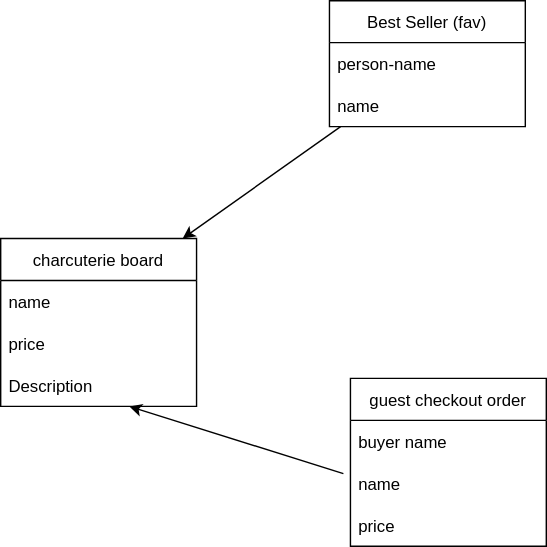
The draw.io diagram conection tables.drawio.svg in johntran1203/board, before a commit. Source tidied: cells renumbered, new cells last; positions are measured from the earlier drawing's top-left corner, leaving out a move shared by most shapes. The source it was exported from:
```xml
<mxGraphModel>
  <root>
    <mxCell id="0" />
    <mxCell id="1" parent="0" />
    <mxCell id="2" value="charcuterie board" style="swimlane;fontStyle=0;horizontal=1;startSize=30;fontColor=default;strokeColor=default;fillColor=default;" parent="1" vertex="1">
      <mxGeometry y="170" width="140" height="120" as="geometry" />
    </mxCell>
    <mxCell id="3" value="name" style="text;strokeColor=none;fillColor=none;align=left;verticalAlign=middle;spacingLeft=4;spacingRight=4;overflow=hidden;fontColor=default;" parent="2" vertex="1">
      <mxGeometry y="30" width="140" height="30" as="geometry" />
    </mxCell>
    <mxCell id="4" value="price" style="text;strokeColor=none;fillColor=none;align=left;verticalAlign=middle;spacingLeft=4;spacingRight=4;overflow=hidden;points=[[0,0.5],[1,0.5]];portConstraint=eastwest;fontColor=default;" parent="2" vertex="1">
      <mxGeometry y="60" width="140" height="30" as="geometry" />
    </mxCell>
    <mxCell id="5" value="Description" style="text;strokeColor=none;fillColor=none;align=left;verticalAlign=middle;spacingLeft=4;spacingRight=4;overflow=hidden;points=[[0,0.5],[1,0.5]];portConstraint=eastwest;fontColor=default;" parent="2" vertex="1">
      <mxGeometry y="90" width="140" height="30" as="geometry" />
    </mxCell>
    <mxCell id="6" value="Best Seller (fav)" style="swimlane;fontStyle=0;horizontal=1;startSize=30;fontColor=default;strokeColor=default;fillColor=default;" parent="1" vertex="1">
      <mxGeometry x="235" width="140" height="90" as="geometry" />
    </mxCell>
    <mxCell id="7" value="person-name" style="text;strokeColor=none;fillColor=none;align=left;verticalAlign=middle;spacingLeft=4;spacingRight=4;overflow=hidden;fontColor=default;" parent="6" vertex="1">
      <mxGeometry y="30" width="140" height="30" as="geometry" />
    </mxCell>
    <mxCell id="8" value="name" style="text;strokeColor=none;fillColor=none;align=left;verticalAlign=middle;spacingLeft=4;spacingRight=4;overflow=hidden;points=[[0,0.5],[1,0.5]];portConstraint=eastwest;fontColor=default;" parent="6" vertex="1">
      <mxGeometry y="60" width="140" height="30" as="geometry" />
    </mxCell>
    <mxCell id="9" value="guest checkout order" style="swimlane;fontStyle=0;horizontal=1;startSize=30;fontColor=default;strokeColor=default;fillColor=default;" parent="1" vertex="1">
      <mxGeometry x="250" y="270" width="140" height="120" as="geometry" />
    </mxCell>
    <mxCell id="10" value="buyer name" style="text;strokeColor=none;fillColor=none;align=left;verticalAlign=middle;spacingLeft=4;spacingRight=4;overflow=hidden;points=[[0,0.5],[1,0.5]];portConstraint=eastwest;fontColor=default;" parent="9" vertex="1">
      <mxGeometry y="30" width="140" height="30" as="geometry" />
    </mxCell>
    <mxCell id="11" value="name" style="text;strokeColor=none;fillColor=none;align=left;verticalAlign=middle;spacingLeft=4;spacingRight=4;overflow=hidden;points=[[0,0.5],[1,0.5]];portConstraint=eastwest;fontColor=default;" parent="9" vertex="1">
      <mxGeometry y="60" width="140" height="30" as="geometry" />
    </mxCell>
    <mxCell id="12" value="price" style="text;strokeColor=none;fillColor=none;align=left;verticalAlign=middle;spacingLeft=4;spacingRight=4;overflow=hidden;fontColor=default;" parent="9" vertex="1">
      <mxGeometry y="90" width="140" height="30" as="geometry" />
    </mxCell>
    <mxCell id="13" style="endArrow=classic;html=1;rounded=0;labelBackgroundColor=default;fontColor=default;strokeColor=default;entryX=0.929;entryY=0;entryDx=0;entryDy=0;entryPerimeter=0;exitX=0.057;exitY=1;exitDx=0;exitDy=0;exitPerimeter=0;" parent="1" edge="1" source="8" target="2">
      <mxGeometry relative="1" as="geometry" />
    </mxCell>
    <mxCell id="14" style="endArrow=classic;html=1;rounded=0;labelBackgroundColor=default;fontColor=default;strokeColor=default;exitX=-0.036;exitY=0.267;exitDx=0;exitDy=0;exitPerimeter=0;entryX=0.657;entryY=1;entryDx=0;entryDy=0;entryPerimeter=0;" parent="1" edge="1" source="11" target="5">
      <mxGeometry relative="1" as="geometry" />
    </mxCell>
  </root>
</mxGraphModel>
```
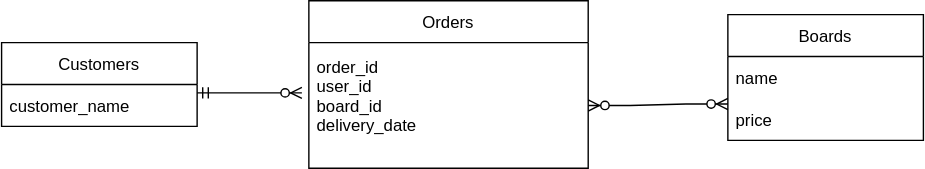
The same file after the commit.

Change to the diagram source:
```diff
@@ -2,44 +2,32 @@
   <root>
     <mxCell id="0" />
     <mxCell id="1" parent="0" />
-    <mxCell id="2" value="charcuterie board" style="swimlane;fontStyle=0;horizontal=1;startSize=30;fontColor=default;strokeColor=default;fillColor=default;" parent="1" vertex="1">
-      <mxGeometry y="170" width="140" height="120" as="geometry" />
-    </mxCell>
-    <mxCell id="3" value="name" style="text;strokeColor=none;fillColor=none;align=left;verticalAlign=middle;spacingLeft=4;spacingRight=4;overflow=hidden;fontColor=default;" parent="2" vertex="1">
-      <mxGeometry y="30" width="140" height="30" as="geometry" />
-    </mxCell>
-    <mxCell id="4" value="price" style="text;strokeColor=none;fillColor=none;align=left;verticalAlign=middle;spacingLeft=4;spacingRight=4;overflow=hidden;points=[[0,0.5],[1,0.5]];portConstraint=eastwest;fontColor=default;" parent="2" vertex="1">
-      <mxGeometry y="60" width="140" height="30" as="geometry" />
-    </mxCell>
-    <mxCell id="5" value="Description" style="text;strokeColor=none;fillColor=none;align=left;verticalAlign=middle;spacingLeft=4;spacingRight=4;overflow=hidden;points=[[0,0.5],[1,0.5]];portConstraint=eastwest;fontColor=default;" parent="2" vertex="1">
-      <mxGeometry y="90" width="140" height="30" as="geometry" />
-    </mxCell>
-    <mxCell id="6" value="Best Seller (fav)" style="swimlane;fontStyle=0;horizontal=1;startSize=30;fontColor=default;strokeColor=default;fillColor=default;" parent="1" vertex="1">
-      <mxGeometry x="235" width="140" height="90" as="geometry" />
+    <mxCell id="6" value="Orders" style="swimlane;fontStyle=0;horizontal=1;startSize=30;fontColor=default;strokeColor=default;fillColor=default;" parent="1" vertex="1">
+      <mxGeometry x="210" y="-10" width="200" height="120" as="geometry" />
     </mxCell>
-    <mxCell id="7" value="person-name" style="text;strokeColor=none;fillColor=none;align=left;verticalAlign=middle;spacingLeft=4;spacingRight=4;overflow=hidden;fontColor=default;" parent="6" vertex="1">
-      <mxGeometry y="30" width="140" height="30" as="geometry" />
-    </mxCell>
-    <mxCell id="8" value="name" style="text;strokeColor=none;fillColor=none;align=left;verticalAlign=middle;spacingLeft=4;spacingRight=4;overflow=hidden;points=[[0,0.5],[1,0.5]];portConstraint=eastwest;fontColor=default;" parent="6" vertex="1">
-      <mxGeometry y="60" width="140" height="30" as="geometry" />
+    <mxCell id="8" value="order_id &#10;user_id&#10;board_id&#10;delivery_date&#10;" style="text;strokeColor=none;fillColor=none;align=left;verticalAlign=middle;spacingLeft=4;spacingRight=4;overflow=hidden;points=[[0,0.5],[1,0.5]];portConstraint=eastwest;fontColor=default;" parent="6" vertex="1">
+      <mxGeometry y="30" width="200" height="90" as="geometry" />
     </mxCell>
-    <mxCell id="9" value="guest checkout order" style="swimlane;fontStyle=0;horizontal=1;startSize=30;fontColor=default;strokeColor=default;fillColor=default;" parent="1" vertex="1">
-      <mxGeometry x="250" y="270" width="140" height="120" as="geometry" />
+    <mxCell id="9" value="Customers" style="swimlane;fontStyle=0;horizontal=1;startSize=30;fontColor=default;strokeColor=default;fillColor=default;" parent="1" vertex="1">
+      <mxGeometry x="-10" y="20" width="140" height="60" as="geometry" />
     </mxCell>
-    <mxCell id="10" value="buyer name" style="text;strokeColor=none;fillColor=none;align=left;verticalAlign=middle;spacingLeft=4;spacingRight=4;overflow=hidden;points=[[0,0.5],[1,0.5]];portConstraint=eastwest;fontColor=default;" parent="9" vertex="1">
+    <mxCell id="10" value="customer_name" style="text;strokeColor=none;fillColor=none;align=left;verticalAlign=middle;spacingLeft=4;spacingRight=4;overflow=hidden;points=[[0,0.5],[1,0.5]];portConstraint=eastwest;fontColor=default;" parent="9" vertex="1">
       <mxGeometry y="30" width="140" height="30" as="geometry" />
     </mxCell>
-    <mxCell id="11" value="name" style="text;strokeColor=none;fillColor=none;align=left;verticalAlign=middle;spacingLeft=4;spacingRight=4;overflow=hidden;points=[[0,0.5],[1,0.5]];portConstraint=eastwest;fontColor=default;" parent="9" vertex="1">
-      <mxGeometry y="60" width="140" height="30" as="geometry" />
-    </mxCell>
-    <mxCell id="12" value="price" style="text;strokeColor=none;fillColor=none;align=left;verticalAlign=middle;spacingLeft=4;spacingRight=4;overflow=hidden;fontColor=default;" parent="9" vertex="1">
-      <mxGeometry y="90" width="140" height="30" as="geometry" />
-    </mxCell>
-    <mxCell id="13" style="endArrow=classic;html=1;rounded=0;labelBackgroundColor=default;fontColor=default;strokeColor=default;entryX=0.929;entryY=0;entryDx=0;entryDy=0;entryPerimeter=0;exitX=0.057;exitY=1;exitDx=0;exitDy=0;exitPerimeter=0;" parent="1" edge="1" source="8" target="2">
-      <mxGeometry relative="1" as="geometry" />
-    </mxCell>
-    <mxCell id="14" style="endArrow=classic;html=1;rounded=0;labelBackgroundColor=default;fontColor=default;strokeColor=default;exitX=-0.036;exitY=0.267;exitDx=0;exitDy=0;exitPerimeter=0;entryX=0.657;entryY=1;entryDx=0;entryDy=0;entryPerimeter=0;" parent="1" edge="1" source="11" target="5">
-      <mxGeometry relative="1" as="geometry" />
-    </mxCell>
+    <mxCell id="15" value="Boards" style="swimlane;fontStyle=0;horizontal=1;startSize=30;fontColor=default;strokeColor=default;fillColor=default;" parent="1" vertex="1">
+      <mxGeometry x="510" width="140" height="90" as="geometry" />
+    </mxCell>
+    <mxCell id="3" value="name" style="text;strokeColor=none;fillColor=none;align=left;verticalAlign=middle;spacingLeft=4;spacingRight=4;overflow=hidden;fontColor=default;" parent="15" vertex="1">
+      <mxGeometry y="30" width="140" height="30" as="geometry" />
+    </mxCell>
+    <mxCell id="4" value="price" style="text;strokeColor=none;fillColor=none;align=left;verticalAlign=middle;spacingLeft=4;spacingRight=4;overflow=hidden;points=[[0,0.5],[1,0.5]];portConstraint=eastwest;fontColor=default;" parent="15" vertex="1">
+      <mxGeometry y="60" width="140" height="30" as="geometry" />
+    </mxCell>
+    <mxCell id="16" style="edgeStyle=entityRelationEdgeStyle;fontSize=12;html=1;endArrow=ERzeroToMany;startArrow=ERmandOne;rounded=0;labelBackgroundColor=default;fontColor=default;strokeColor=default;entryX=-0.025;entryY=0.4;entryDx=0;entryDy=0;entryPerimeter=0;exitX=1;exitY=0.2;exitDx=0;exitDy=0;exitPerimeter=0;" parent="1" edge="1" source="10" target="8">
+      <mxGeometry relative="1" as="geometry" />
+    </mxCell>
+    <mxCell id="17" style="edgeStyle=entityRelationEdgeStyle;fontSize=12;html=1;endArrow=ERzeroToMany;endFill=1;startArrow=ERzeroToMany;rounded=0;labelBackgroundColor=default;fontColor=default;strokeColor=default;entryX=0;entryY=0.133;entryDx=0;entryDy=0;entryPerimeter=0;exitX=1;exitY=0.5;exitDx=0;exitDy=0;" parent="1" edge="1" source="8" target="4">
+      <mxGeometry relative="1" as="geometry" />
+    </mxCell>
   </root>
 </mxGraphModel>
```
